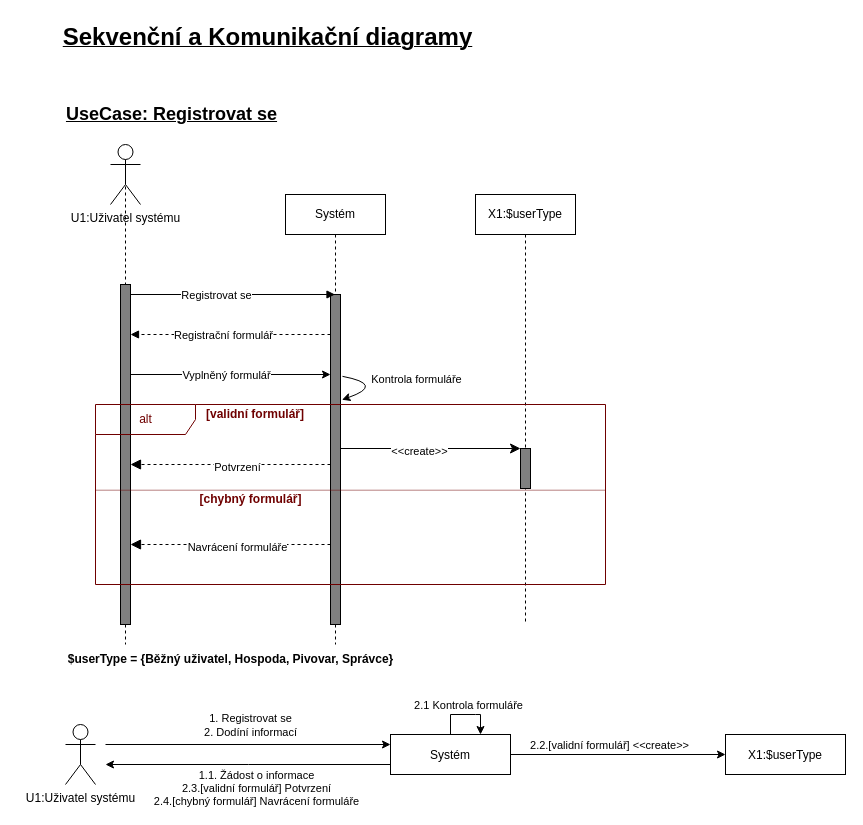
Above: page "Regidter" (1 of 13) of IUS/IUS_projekt/Sequence.drawio in dan1235689/Diagrams (draw.io), before the change. Source tidied: cells renumbered, new cells numbered last; positions are measured from the earlier drawing's top-left corner, leaving out a move shared by most shapes. Both pictures are drawn from the tidied source at 100%, with x=0, y=0 at pixel (50, 17).
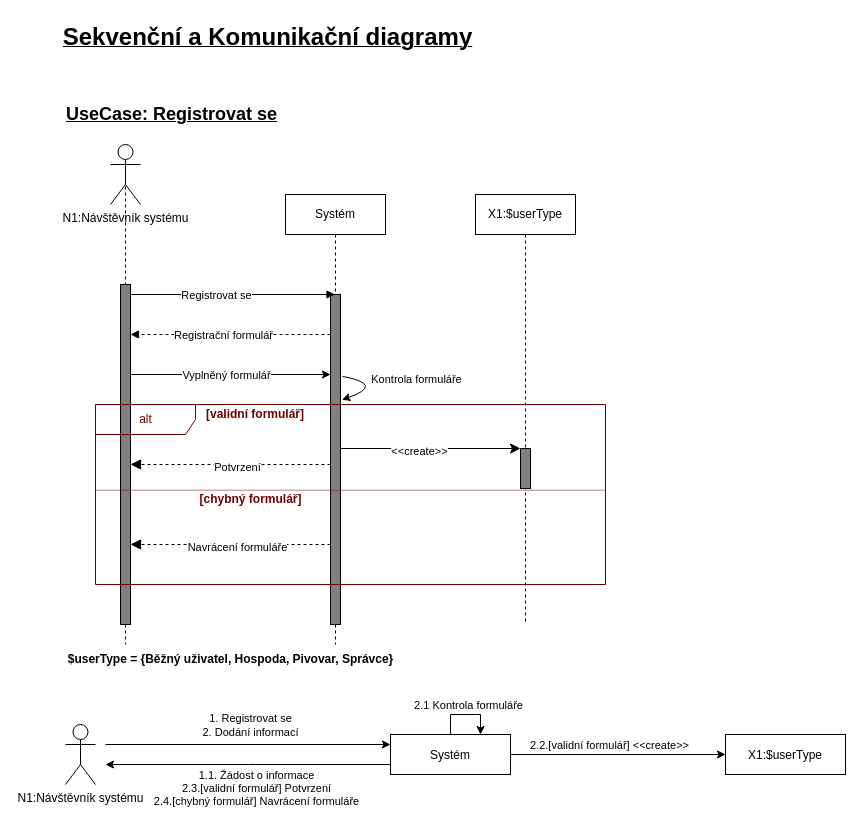
The same page after the edit.

The change refers to these unchanged cells:
```xml
<mxCell id="28" style="edgeStyle=none;html=1;entryX=0;entryY=0.25;entryDx=0;entryDy=0;" parent="1" edge="1" target="26">
  <mxGeometry relative="1" as="geometry">
    <mxPoint x="55" y="727" as="sourcePoint" />
  </mxGeometry>
</mxCell>
```

Diff of the diagram source:
```diff
@@
-    <mxCell id="9" value="U1:Uživatel systému" style="shape=umlActor;verticalLabelPosition=bottom;verticalAlign=top;html=1;" parent="1" vertex="1">
+    <mxCell id="9" value="N1:Návštěvník systému" style="shape=umlActor;verticalLabelPosition=bottom;verticalAlign=top;html=1;" parent="1" vertex="1">
       <mxGeometry x="60" y="127" width="30" height="60" as="geometry" />
     </mxCell>
@@
-    <mxCell id="30" value="1. Registrovat se&lt;br&gt;2. Dodíní informací" style="edgeLabel;html=1;align=center;verticalAlign=middle;" parent="28" vertex="1">
+    <mxCell id="30" value="1. Registrovat se&lt;br&gt;2. Dodání informací" style="edgeLabel;html=1;align=center;verticalAlign=middle;" parent="28" vertex="1">
       <mxGeometry x="0.06" relative="1" as="geometry">
         <mxPoint x="-7" y="-20" as="offset" />
       </mxGeometry>
     </mxCell>
-    <mxCell id="31" value="U1:Uživatel systému" style="shape=umlActor;verticalLabelPosition=bottom;verticalAlign=top;html=1;" parent="1" vertex="1">
+    <mxCell id="31" value="N1:Návštěvník systému" style="shape=umlActor;verticalLabelPosition=bottom;verticalAlign=top;html=1;" parent="1" vertex="1">
       <mxGeometry x="15" y="707" width="30" height="60" as="geometry" />
     </mxCell>
@@
-    <mxCell id="41" value="&lt;b&gt;$userType = {Běžný uživatel, Hospoda, Pivovar, Správce}&lt;/b&gt;" style="text;html=1;align=center;verticalAlign=middle;strokeColor=none;fillColor=none;" parent="1" vertex="1">
+    <mxCell id="41" value="&lt;b&gt;&lt;font color=&quot;#000000&quot;&gt;$userType = {Běžný uživatel, Hospoda, Pivovar, Správce}&lt;/font&gt;&lt;/b&gt;" style="text;html=1;align=center;verticalAlign=middle;strokeColor=none;fillColor=none;" parent="1" vertex="1">
       <mxGeometry y="627" width="360" height="30" as="geometry" />
     </mxCell>
```
